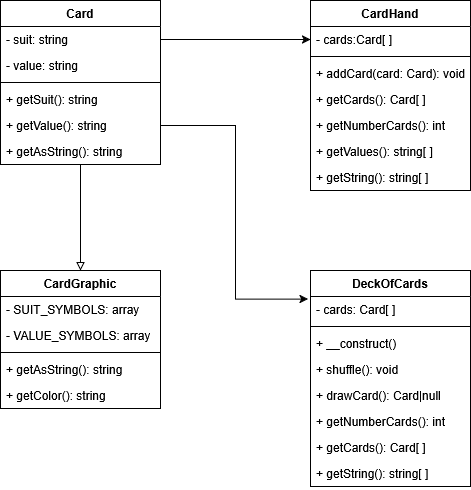
Above: public/img/uml.png in kasper-bth/mvc-kasper (draw.io), before the change. Source tidied: cells renumbered, new cells last; positions are measured from the earlier drawing's top-left corner, leaving out a move shared by most shapes.
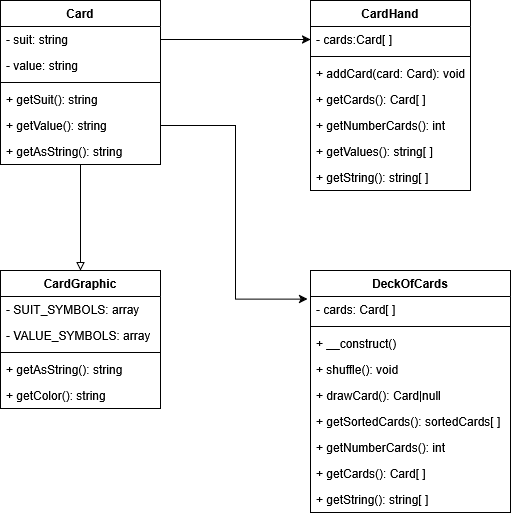
After the commit.

The edit, as a diff of the source:
```diff
@@ -69,31 +69,34 @@
       <mxGeometry y="112" width="160" height="26" as="geometry" />
     </mxCell>
     <mxCell id="24" value="DeckOfCards" style="swimlane;fontStyle=1;align=center;verticalAlign=top;horizontal=1;startSize=26;whiteSpace=wrap;html=1;" parent="1" vertex="1">
-      <mxGeometry x="310" y="270" width="160" height="216" as="geometry" />
+      <mxGeometry x="310" y="270" width="200" height="242" as="geometry" />
     </mxCell>
     <mxCell id="25" value="- cards: Card[ ]" style="text;strokeColor=none;fillColor=none;align=left;verticalAlign=top;spacingLeft=4;spacingRight=4;overflow=hidden;points=[[0,0.5],[1,0.5]];portConstraint=eastwest;whiteSpace=wrap;html=1;" parent="24" vertex="1">
-      <mxGeometry y="26" width="160" height="26" as="geometry" />
+      <mxGeometry y="26" width="200" height="26" as="geometry" />
     </mxCell>
     <mxCell id="26" style="line;strokeWidth=1;fillColor=none;align=left;verticalAlign=middle;spacingTop=-1;spacingLeft=3;spacingRight=3;labelPosition=right;strokeColor=inherit;" parent="24" vertex="1">
-      <mxGeometry y="52" width="160" height="8" as="geometry" />
+      <mxGeometry y="52" width="200" height="8" as="geometry" />
     </mxCell>
     <mxCell id="27" value="+ __construct()" style="text;strokeColor=none;fillColor=none;align=left;verticalAlign=top;spacingLeft=4;spacingRight=4;overflow=hidden;whiteSpace=wrap;html=1;" parent="24" vertex="1">
-      <mxGeometry y="60" width="160" height="26" as="geometry" />
+      <mxGeometry y="60" width="200" height="26" as="geometry" />
     </mxCell>
     <mxCell id="28" value="+ shuffle(): void" style="text;strokeColor=none;fillColor=none;align=left;verticalAlign=top;spacingLeft=4;spacingRight=4;overflow=hidden;whiteSpace=wrap;html=1;" parent="24" vertex="1">
-      <mxGeometry y="86" width="160" height="26" as="geometry" />
+      <mxGeometry y="86" width="200" height="26" as="geometry" />
     </mxCell>
     <mxCell id="29" value="+ drawCard(): Card|null" style="text;strokeColor=none;fillColor=none;align=left;verticalAlign=top;spacingLeft=4;spacingRight=4;overflow=hidden;whiteSpace=wrap;html=1;" parent="24" vertex="1">
-      <mxGeometry y="112" width="160" height="26" as="geometry" />
+      <mxGeometry y="112" width="200" height="26" as="geometry" />
     </mxCell>
+    <mxCell id="35" value="+ getSortedCards(): sortedCards[ ]" style="text;strokeColor=none;fillColor=none;align=left;verticalAlign=top;spacingLeft=4;spacingRight=4;overflow=hidden;whiteSpace=wrap;html=1;" parent="24" vertex="1">
+      <mxGeometry y="138" width="200" height="26" as="geometry" />
+    </mxCell>
     <mxCell id="30" value="+ getNumberCards(): int" style="text;strokeColor=none;fillColor=none;align=left;verticalAlign=top;spacingLeft=4;spacingRight=4;overflow=hidden;whiteSpace=wrap;html=1;" parent="24" vertex="1">
-      <mxGeometry y="138" width="160" height="26" as="geometry" />
+      <mxGeometry y="164" width="200" height="26" as="geometry" />
     </mxCell>
     <mxCell id="31" value="+ getCards(): Card[ ]" style="text;strokeColor=none;fillColor=none;align=left;verticalAlign=top;spacingLeft=4;spacingRight=4;overflow=hidden;whiteSpace=wrap;html=1;" parent="24" vertex="1">
-      <mxGeometry y="164" width="160" height="26" as="geometry" />
+      <mxGeometry y="190" width="200" height="26" as="geometry" />
     </mxCell>
     <mxCell id="32" value="+ getString(): string[ ]" style="text;strokeColor=none;fillColor=none;align=left;verticalAlign=top;spacingLeft=4;spacingRight=4;overflow=hidden;whiteSpace=wrap;html=1;" parent="24" vertex="1">
-      <mxGeometry y="190" width="160" height="26" as="geometry" />
+      <mxGeometry y="216" width="200" height="26" as="geometry" />
     </mxCell>
     <mxCell id="33" style="edgeStyle=orthogonalEdgeStyle;rounded=0;jettySize=auto;html=1;exitX=1;exitY=0.5;exitDx=0;exitDy=0;entryX=-0.015;entryY=0.1;entryDx=0;entryDy=0;entryPerimeter=0;" parent="1" edge="1" source="8" target="25">
       <mxGeometry relative="1" as="geometry" />
```
